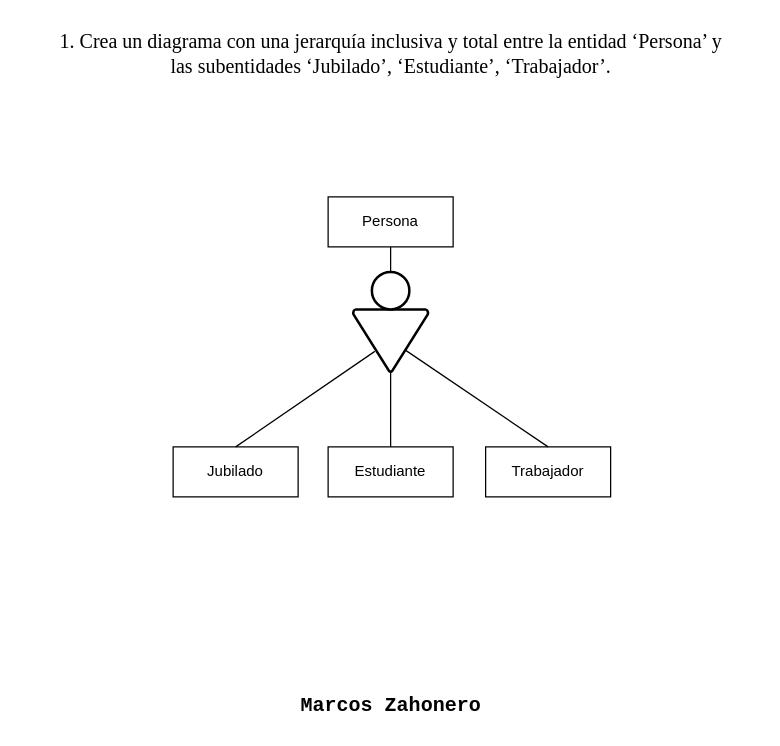
Before: page "Ejercicio 2" (1 of 8) of Task5EER_MarcosZahonero.drawio in Maek0s/1DAM_Databases, a draw.io diagram. Source tidied: cells renumbered, new cells numbered last; positions are measured from the earlier drawing's top-left corner, leaving out a move shared by most shapes. Both pictures are drawn from the tidied source at 125%, with x=0, y=0 at pixel (46, 21).
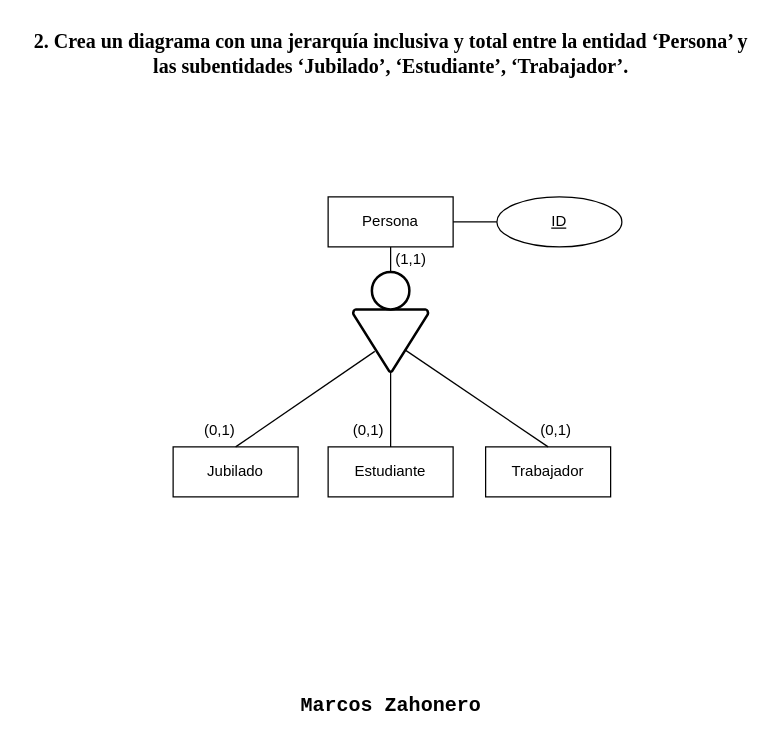
The same diagram, later.

The edit, as a diff of the source:
```diff
@@
-    <mxCell id="3" value="&lt;span style=&quot;font-size: 12pt; font-family: &amp;quot;Times New Roman&amp;quot;, serif; background-color: transparent; text-align: start;&quot;&gt;1. Crea un diagrama con una jerarquía inclusiva y total entre la entidad ‘Persona’ y &lt;br&gt;las subentidades ‘Jubilado’, ‘Estudiante’, ‘Trabajador’.&lt;/span&gt;" style="text;html=1;align=center;verticalAlign=middle;strokeColor=none;fillColor=none;" parent="1" vertex="1">
-      <mxGeometry width="550" height="50" as="geometry" />
+    <mxCell id="3" value="&lt;span style=&quot;font-size: 12pt; font-family: &amp;quot;Times New Roman&amp;quot;, serif; background-color: transparent; text-align: start;&quot;&gt;&lt;b&gt;2. Crea un diagrama con una jerarquía inclusiva y total entre la entidad ‘Persona’ y &lt;br&gt;las subentidades ‘Jubilado’, ‘Estudiante’, ‘Trabajador’.&lt;/b&gt;&lt;/span&gt;" style="text;html=1;align=center;verticalAlign=middle;strokeColor=none;fillColor=none;" parent="1" vertex="1">
+      <mxGeometry x="-20" width="590" height="50" as="geometry" />
     </mxCell>
@@
+    <mxCell id="14" value="(1,1)" style="text;html=1;align=center;verticalAlign=middle;strokeColor=none;fillColor=none;" parent="1" vertex="1">
+      <mxGeometry x="266" y="175" width="50" height="30" as="geometry" />
+    </mxCell>
+    <mxCell id="15" value="(0,1)" style="text;html=1;align=center;verticalAlign=middle;strokeColor=none;fillColor=none;" parent="1" vertex="1">
+      <mxGeometry x="113" y="312" width="50" height="30" as="geometry" />
+    </mxCell>
+    <mxCell id="16" value="(0,1)" style="text;html=1;align=center;verticalAlign=middle;strokeColor=none;fillColor=none;" parent="1" vertex="1">
+      <mxGeometry x="232" y="312" width="50" height="30" as="geometry" />
+    </mxCell>
+    <mxCell id="17" value="(0,1)" style="text;html=1;align=center;verticalAlign=middle;strokeColor=none;fillColor=none;" parent="1" vertex="1">
+      <mxGeometry x="382" y="312" width="50" height="30" as="geometry" />
+    </mxCell>
+    <mxCell id="18" style="edgeStyle=orthogonalEdgeStyle;rounded=0;jettySize=auto;html=1;entryX=0;entryY=0.5;entryDx=0;entryDy=0;endArrow=none;endFill=0;" parent="1" edge="1" target="19">
+      <mxGeometry relative="1" as="geometry">
+        <mxPoint x="325" y="160" as="sourcePoint" />
+      </mxGeometry>
+    </mxCell>
+    <mxCell id="19" value="ID" style="ellipse;whiteSpace=wrap;html=1;align=center;fontStyle=4;" parent="1" vertex="1">
+      <mxGeometry x="360" y="140" width="100" height="40" as="geometry" />
+    </mxCell>
```
